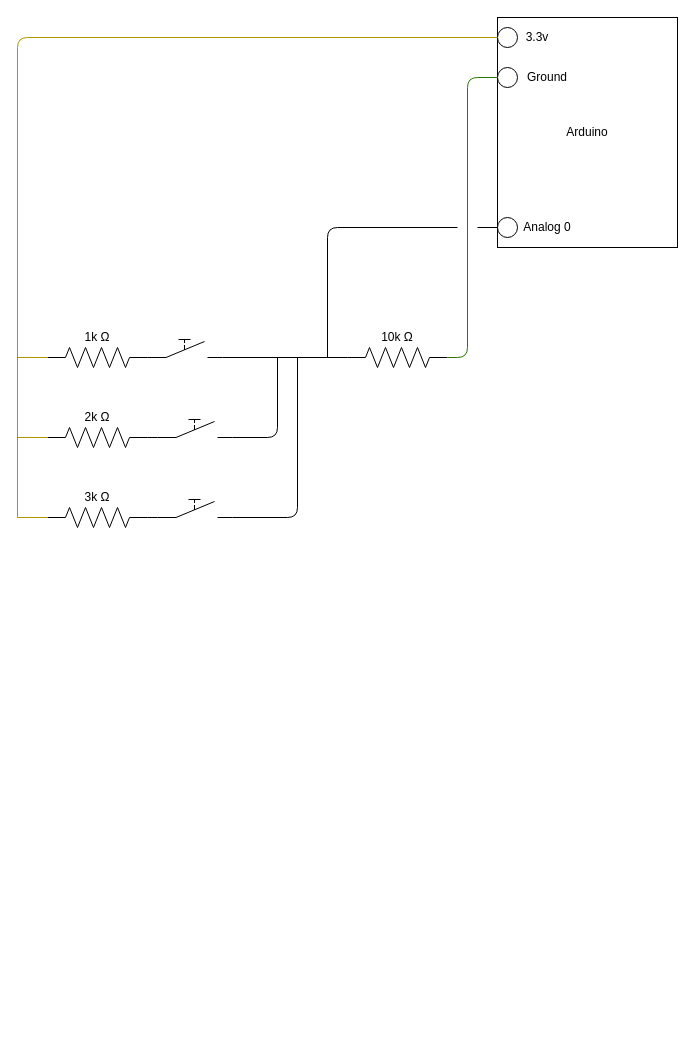
Above: Prototype/Wiring Diagram.drawio in Matt-Anders-Gib/Battleships (draw.io), before the change. Source tidied: cells renumbered, new cells numbered last; positions are measured from the earlier drawing's top-left corner, leaving out a move shared by most shapes. Both pictures are drawn from the tidied source at 100%, with x=0, y=0 at pixel (17, 17).
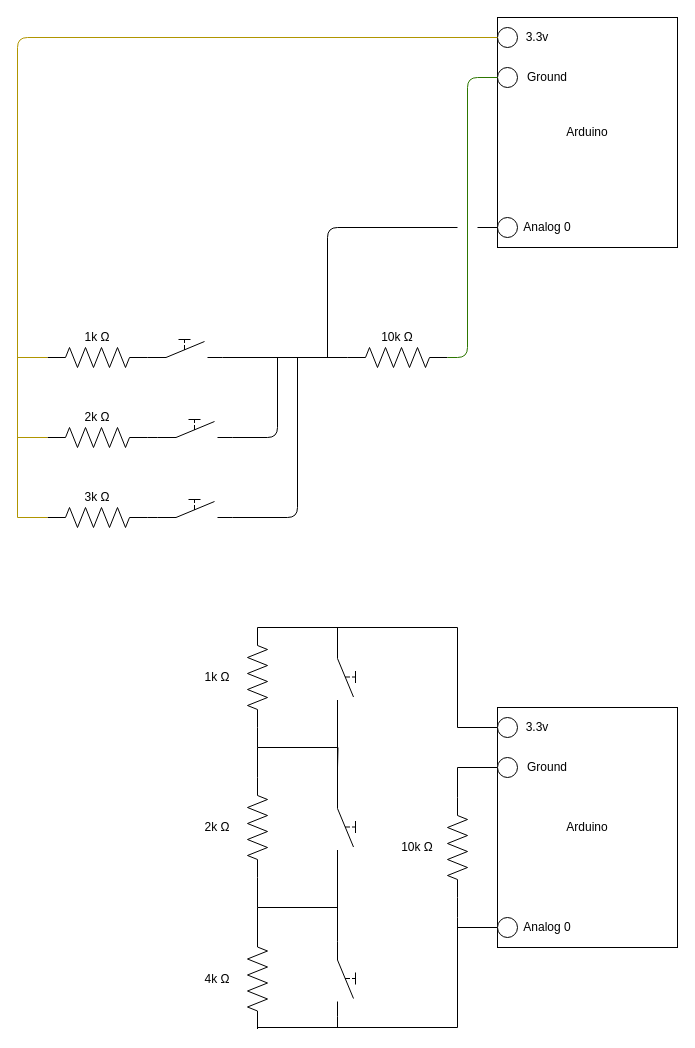
The same page after the edit.

Commit message:
Added new wiring scheme

What changed in the source:
```diff
@@
+    <mxCell id="33" style="edgeStyle=orthogonalEdgeStyle;rounded=0;jettySize=auto;html=1;exitX=0;exitY=0.25;exitDx=0;exitDy=0;entryX=0;entryY=0.5;entryDx=0;entryDy=0;entryPerimeter=0;endArrow=none;endFill=0;" parent="1" edge="1" source="34" target="51">
+      <mxGeometry relative="1" as="geometry" />
+    </mxCell>
+    <mxCell id="34" value="Arduino" style="rounded=0;whiteSpace=wrap;html=1;" parent="1" vertex="1">
+      <mxGeometry x="480" y="690" width="180" height="240" as="geometry" />
+    </mxCell>
+    <mxCell id="35" style="edgeStyle=orthogonalEdgeStyle;rounded=0;jettySize=auto;html=1;exitX=0;exitY=0.5;exitDx=0;exitDy=0;endArrow=none;endFill=0;entryX=1;entryY=0.5;entryDx=0;entryDy=0;entryPerimeter=0;" parent="1" edge="1" source="36" target="43">
+      <mxGeometry relative="1" as="geometry">
+        <Array as="points">
+          <mxPoint x="440" y="910" />
+          <mxPoint x="440" y="1010" />
+          <mxPoint x="240" y="1010" />
+        </Array>
+      </mxGeometry>
+    </mxCell>
+    <mxCell id="36" style="ellipse;whiteSpace=wrap;html=1;" parent="1" vertex="1">
+      <mxGeometry x="480" y="900" width="20" height="20" as="geometry" />
+    </mxCell>
+    <mxCell id="37" style="edgeStyle=orthogonalEdgeStyle;rounded=0;jettySize=auto;html=1;exitX=1;exitY=0.5;exitDx=0;exitDy=0;exitPerimeter=0;endArrow=none;endFill=0;" parent="1" edge="1" source="38">
+      <mxGeometry relative="1" as="geometry">
+        <mxPoint x="320" y="750" as="targetPoint" />
+      </mxGeometry>
+    </mxCell>
+    <mxCell id="38" style="verticalLabelPosition=bottom;shadow=0;dashed=0;align=center;html=1;verticalAlign=top;shape=mxgraph.electrical.resistors.resistor_2;direction=south;" parent="1" vertex="1">
+      <mxGeometry x="230" y="610" width="20" height="100" as="geometry" />
+    </mxCell>
+    <mxCell id="39" style="edgeStyle=orthogonalEdgeStyle;rounded=0;jettySize=auto;html=1;exitX=0;exitY=0.5;exitDx=0;exitDy=0;exitPerimeter=0;endArrow=none;endFill=0;" parent="1" edge="1" source="41">
+      <mxGeometry relative="1" as="geometry">
+        <mxPoint x="240" y="730" as="targetPoint" />
+      </mxGeometry>
+    </mxCell>
+    <mxCell id="40" style="edgeStyle=orthogonalEdgeStyle;rounded=0;jettySize=auto;html=1;exitX=1;exitY=0.5;exitDx=0;exitDy=0;exitPerimeter=0;endArrow=none;endFill=0;" parent="1" edge="1" source="41">
+      <mxGeometry relative="1" as="geometry">
+        <mxPoint x="320" y="900" as="targetPoint" />
+        <Array as="points">
+          <mxPoint x="240" y="890" />
+          <mxPoint x="320" y="890" />
+        </Array>
+      </mxGeometry>
+    </mxCell>
+    <mxCell id="41" style="verticalLabelPosition=bottom;shadow=0;dashed=0;align=center;html=1;verticalAlign=top;shape=mxgraph.electrical.resistors.resistor_2;direction=south;" parent="1" vertex="1">
+      <mxGeometry x="230" y="760" width="20" height="100" as="geometry" />
+    </mxCell>
+    <mxCell id="42" style="edgeStyle=orthogonalEdgeStyle;rounded=0;jettySize=auto;html=1;exitX=0;exitY=0.5;exitDx=0;exitDy=0;exitPerimeter=0;endArrow=none;endFill=0;" parent="1" edge="1" source="43">
+      <mxGeometry relative="1" as="geometry">
+        <mxPoint x="240" y="890" as="targetPoint" />
+      </mxGeometry>
+    </mxCell>
+    <mxCell id="43" style="verticalLabelPosition=bottom;shadow=0;dashed=0;align=center;html=1;verticalAlign=top;shape=mxgraph.electrical.resistors.resistor_2;direction=south;" parent="1" vertex="1">
+      <mxGeometry x="230" y="911.5" width="20" height="100" as="geometry" />
+    </mxCell>
+    <mxCell id="44" style="edgeStyle=orthogonalEdgeStyle;rounded=0;jettySize=auto;html=1;exitX=0;exitY=0.5;exitDx=0;exitDy=0;endArrow=none;endFill=0;entryX=0;entryY=0.5;entryDx=0;entryDy=0;entryPerimeter=0;" parent="1" edge="1" source="45" target="38">
+      <mxGeometry relative="1" as="geometry">
+        <Array as="points">
+          <mxPoint x="440" y="710" />
+          <mxPoint x="440" y="610" />
+        </Array>
+      </mxGeometry>
+    </mxCell>
+    <mxCell id="45" style="ellipse;whiteSpace=wrap;html=1;" parent="1" vertex="1">
+      <mxGeometry x="480" y="700" width="20" height="20" as="geometry" />
+    </mxCell>
+    <mxCell id="46" style="ellipse;whiteSpace=wrap;html=1;" parent="1" vertex="1">
+      <mxGeometry x="480" y="740" width="20" height="20" as="geometry" />
+    </mxCell>
+    <mxCell id="47" value="3.3v" style="text;html=1;strokeColor=none;fillColor=none;align=center;verticalAlign=middle;whiteSpace=wrap;rounded=0;" parent="1" vertex="1">
+      <mxGeometry x="500" y="700" width="40" height="20" as="geometry" />
+    </mxCell>
+    <mxCell id="48" value="Ground" style="text;html=1;strokeColor=none;fillColor=none;align=center;verticalAlign=middle;whiteSpace=wrap;rounded=0;" parent="1" vertex="1">
+      <mxGeometry x="510" y="740" width="40" height="20" as="geometry" />
+    </mxCell>
+    <mxCell id="49" value="Analog 0" style="text;html=1;strokeColor=none;fillColor=none;align=center;verticalAlign=middle;whiteSpace=wrap;rounded=0;" parent="1" vertex="1">
+      <mxGeometry x="500" y="900" width="60" height="20" as="geometry" />
+    </mxCell>
+    <mxCell id="50" style="edgeStyle=orthogonalEdgeStyle;rounded=0;jettySize=auto;html=1;exitX=1;exitY=0.5;exitDx=0;exitDy=0;exitPerimeter=0;endArrow=none;endFill=0;" parent="1" edge="1" source="51">
+      <mxGeometry relative="1" as="geometry">
+        <mxPoint x="440" y="920" as="targetPoint" />
+      </mxGeometry>
+    </mxCell>
+    <mxCell id="51" style="verticalLabelPosition=bottom;shadow=0;dashed=0;align=center;html=1;verticalAlign=top;shape=mxgraph.electrical.resistors.resistor_2;direction=south;" parent="1" vertex="1">
+      <mxGeometry x="430" y="780" width="20" height="100" as="geometry" />
+    </mxCell>
+    <mxCell id="52" style="edgeStyle=orthogonalEdgeStyle;rounded=0;jettySize=auto;html=1;exitX=0;exitY=1;exitDx=0;exitDy=0;exitPerimeter=0;endArrow=none;endFill=0;" parent="1" edge="1" source="54">
+      <mxGeometry relative="1" as="geometry">
+        <mxPoint x="320" y="610" as="targetPoint" />
+      </mxGeometry>
+    </mxCell>
+    <mxCell id="53" style="edgeStyle=orthogonalEdgeStyle;rounded=0;jettySize=auto;html=1;exitX=1;exitY=1;exitDx=0;exitDy=0;exitPerimeter=0;entryX=0;entryY=1;entryDx=0;entryDy=0;entryPerimeter=0;endArrow=none;endFill=0;" parent="1" edge="1" source="54" target="56">
+      <mxGeometry relative="1" as="geometry" />
+    </mxCell>
+    <mxCell id="54" style="verticalLabelPosition=bottom;shadow=0;dashed=0;align=center;html=1;verticalAlign=top;shape=mxgraph.electrical.electro-mechanical.manual_switch;direction=south;" parent="1" vertex="1">
+      <mxGeometry x="320" y="622.5" width="18" height="75" as="geometry" />
+    </mxCell>
+    <mxCell id="55" style="edgeStyle=orthogonalEdgeStyle;rounded=0;jettySize=auto;html=1;exitX=1;exitY=1;exitDx=0;exitDy=0;exitPerimeter=0;endArrow=none;endFill=0;entryX=0;entryY=1;entryDx=0;entryDy=0;entryPerimeter=0;" parent="1" edge="1" source="56" target="58">
+      <mxGeometry relative="1" as="geometry" />
+    </mxCell>
+    <mxCell id="56" style="verticalLabelPosition=bottom;shadow=0;dashed=0;align=center;html=1;verticalAlign=top;shape=mxgraph.electrical.electro-mechanical.manual_switch;direction=south;" parent="1" vertex="1">
+      <mxGeometry x="320" y="772.5" width="18" height="75" as="geometry" />
+    </mxCell>
+    <mxCell id="57" style="edgeStyle=orthogonalEdgeStyle;rounded=0;jettySize=auto;html=1;exitX=1;exitY=1;exitDx=0;exitDy=0;exitPerimeter=0;endArrow=none;endFill=0;" parent="1" edge="1" source="58">
+      <mxGeometry relative="1" as="geometry">
+        <mxPoint x="320" y="1010" as="targetPoint" />
+      </mxGeometry>
+    </mxCell>
+    <mxCell id="58" style="verticalLabelPosition=bottom;shadow=0;dashed=0;align=center;html=1;verticalAlign=top;shape=mxgraph.electrical.electro-mechanical.manual_switch;direction=south;" parent="1" vertex="1">
+      <mxGeometry x="320" y="924" width="18" height="75" as="geometry" />
+    </mxCell>
+    <mxCell id="59" value="10k Ω" style="text;html=1;strokeColor=none;fillColor=none;align=center;verticalAlign=middle;whiteSpace=wrap;rounded=0;" parent="1" vertex="1">
+      <mxGeometry x="380" y="820" width="40" height="20" as="geometry" />
+    </mxCell>
+    <mxCell id="60" value="1k Ω" style="text;html=1;strokeColor=none;fillColor=none;align=center;verticalAlign=middle;whiteSpace=wrap;rounded=0;" parent="1" vertex="1">
+      <mxGeometry x="180" y="650" width="40" height="20" as="geometry" />
+    </mxCell>
+    <mxCell id="61" value="2k Ω" style="text;html=1;strokeColor=none;fillColor=none;align=center;verticalAlign=middle;whiteSpace=wrap;rounded=0;" parent="1" vertex="1">
+      <mxGeometry x="180" y="800" width="40" height="20" as="geometry" />
+    </mxCell>
+    <mxCell id="62" value="4k Ω" style="text;html=1;strokeColor=none;fillColor=none;align=center;verticalAlign=middle;whiteSpace=wrap;rounded=0;" parent="1" vertex="1">
+      <mxGeometry x="180" y="951.5" width="40" height="20" as="geometry" />
+    </mxCell>
```
